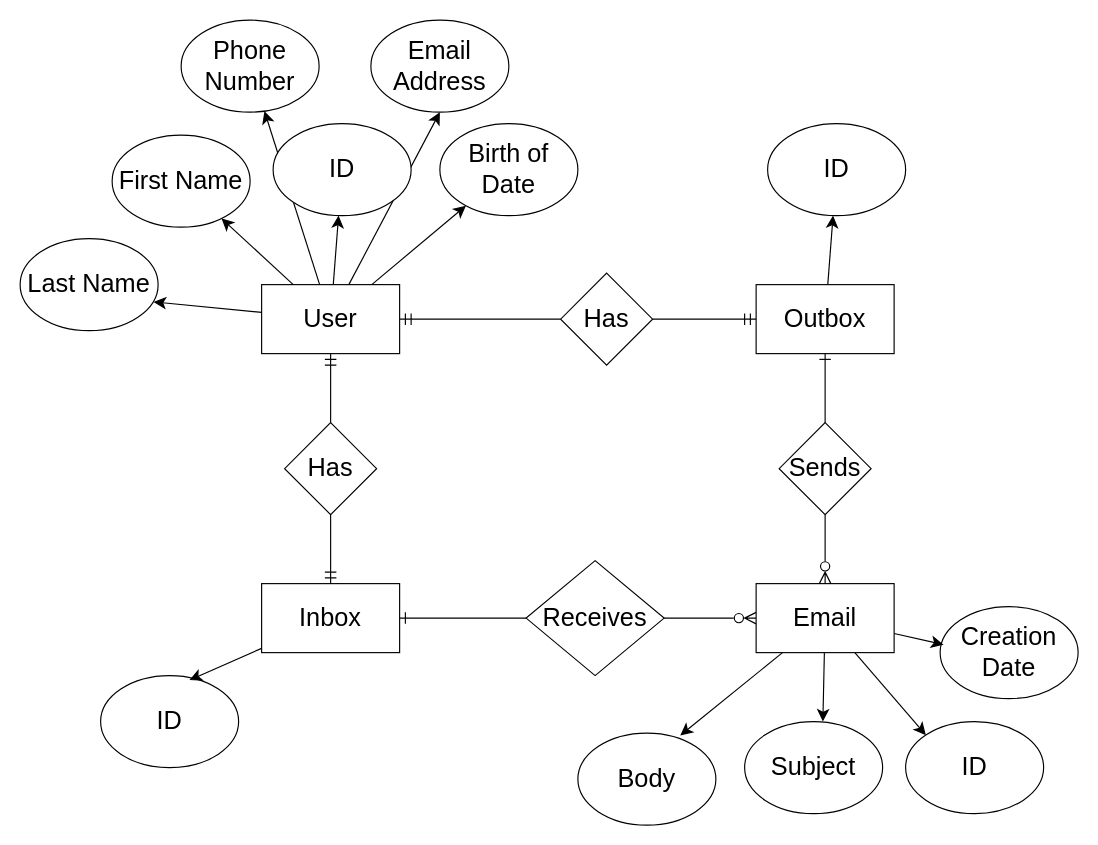
Before: Mocks/docs/FakeEmailGateway/database/erd.drawio in mohammadnazarkhani/E-Commerce-NETCore-REST-API, a draw.io diagram. Source tidied: cells renumbered, new cells numbered last; positions are measured from the earlier drawing's top-left corner, leaving out a move shared by most shapes. Both pictures are drawn from the tidied source at 115%, with x=0, y=0 at pixel (20, 20).
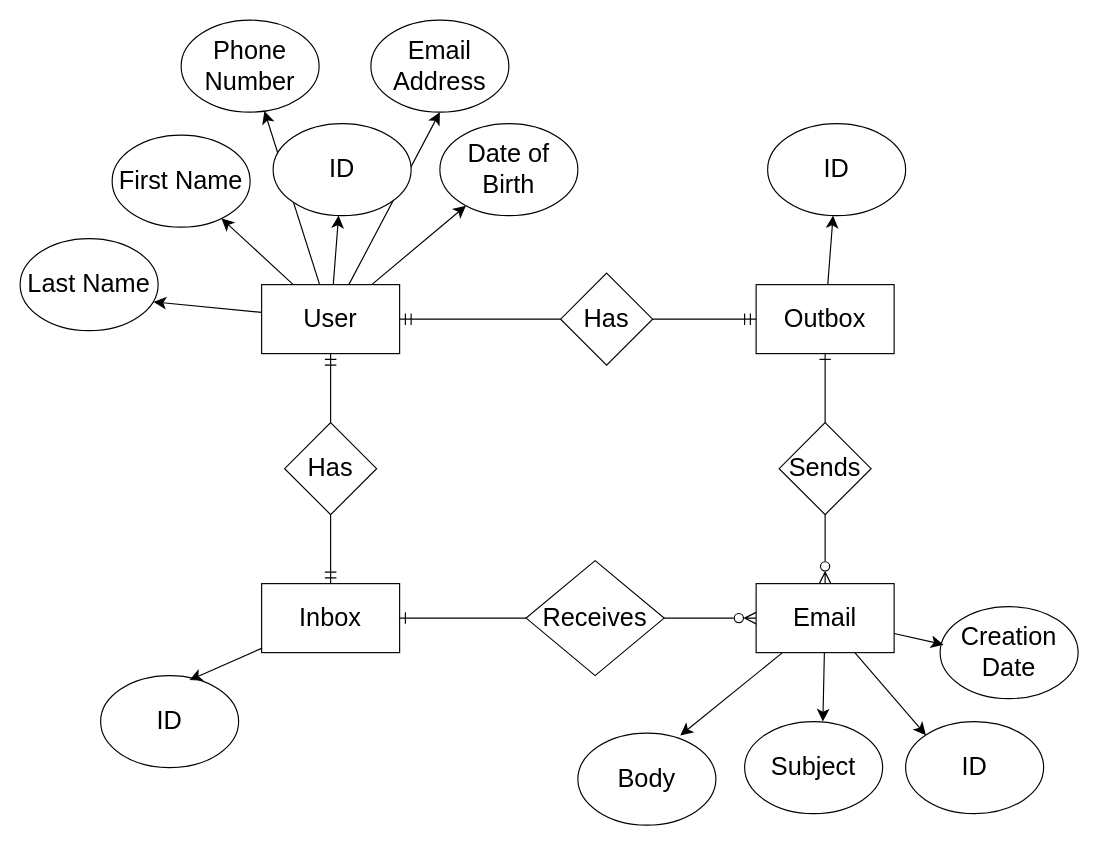
The same page after the edit.

Commit message (it also covers changes not shown here):
docs: fixed naming mistake of one of erd attribs

Diff of the diagram source:
```diff
@@
-    <mxCell id="22" value="Birth of Date" style="ellipse;whiteSpace=wrap;html=1;fontSize=22;" parent="1" vertex="1">
+    <mxCell id="22" value="Date of Birth" style="ellipse;whiteSpace=wrap;html=1;fontSize=22;" parent="1" vertex="1">
       <mxGeometry x="365" y="90" width="120" height="80" as="geometry" />
     </mxCell>
```
